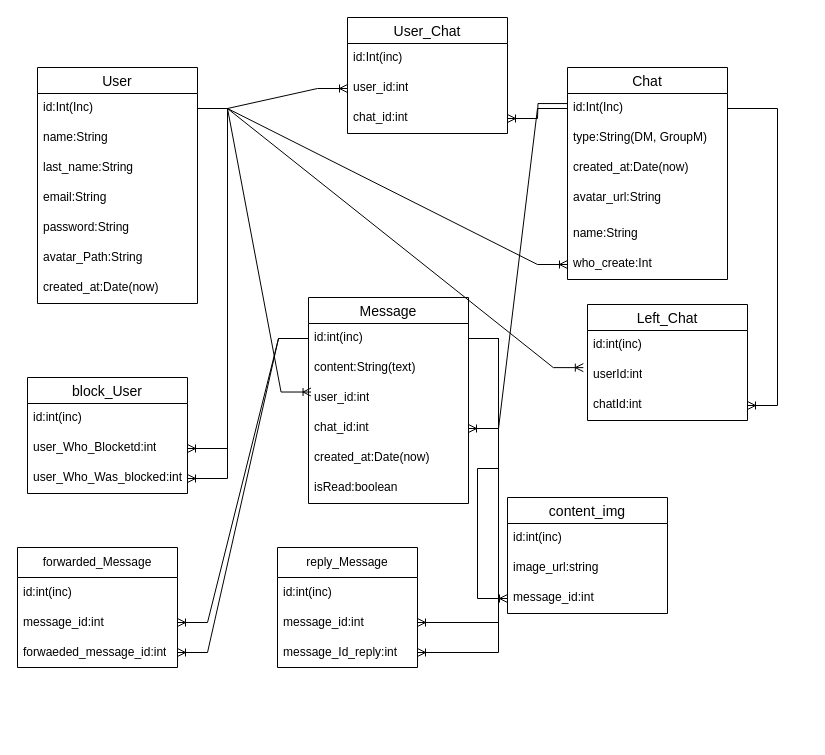
lam1to/TestChat keeps this draw.io diagram as Диаграмма без названия.drawio. Above is the earlier version. Source tidied: cells renumbered, new cells numbered last; positions are measured from the earlier drawing's top-left corner, leaving out a move shared by most shapes. Both pictures are drawn from the tidied source at 100%, with x=0, y=0 at pixel (-123, 17).
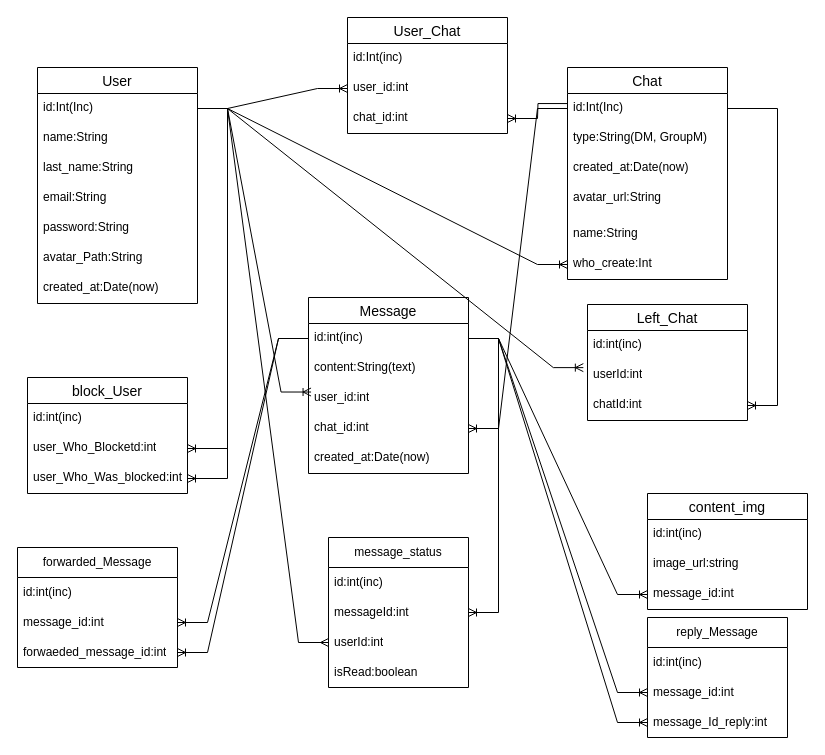
The same page after the edit.

Unchanged cells that the change refers to:
```xml
<mxCell id="3" value="id:Int(Inc)" style="text;strokeColor=none;fillColor=none;spacingLeft=4;spacingRight=4;overflow=hidden;points=[[0,0.5],[1,0.5]];portConstraint=eastwest;fontSize=12;whiteSpace=wrap;html=1;" parent="2" vertex="1">
  <mxGeometry y="26" width="160" height="30" as="geometry" />
</mxCell>
<mxCell id="24" value="id:int(inc)" style="text;strokeColor=none;fillColor=none;spacingLeft=4;spacingRight=4;overflow=hidden;points=[[0,0.5],[1,0.5]];portConstraint=eastwest;fontSize=12;whiteSpace=wrap;html=1;" parent="23" vertex="1">
  <mxGeometry y="26" width="160" height="30" as="geometry" />
</mxCell>
```

The edit, as a diff of the source:
```diff
@@
     <mxCell id="23" value="Message" style="swimlane;fontStyle=0;horizontal=1;startSize=26;align=center;fontSize=14;" parent="1" vertex="1">
-      <mxGeometry x="431" y="280" width="160" height="206" as="geometry" />
+      <mxGeometry x="431" y="280" width="160" height="176" as="geometry" />
     </mxCell>
@@
-    <mxCell id="29" value="isRead:boolean" style="text;strokeColor=none;fillColor=none;spacingLeft=4;spacingRight=4;overflow=hidden;fontSize=12;whiteSpace=wrap;html=1;" parent="23" vertex="1">
-      <mxGeometry y="176" width="160" height="30" as="geometry" />
-    </mxCell>
@@
     <mxCell id="45" value="content_img" style="swimlane;fontStyle=0;horizontal=1;startSize=26;align=center;fontSize=14;" parent="1" vertex="1">
-      <mxGeometry x="630" y="480" width="160" height="116" as="geometry" />
+      <mxGeometry x="770" y="476" width="160" height="116" as="geometry" />
     </mxCell>
@@
     <mxCell id="54" value="reply_Message" style="swimlane;fontStyle=0;horizontal=1;startSize=30;whiteSpace=wrap;html=1;" parent="1" vertex="1">
-      <mxGeometry x="400" y="530" width="140" height="120" as="geometry" />
+      <mxGeometry x="770" y="600" width="140" height="120" as="geometry" />
     </mxCell>
@@
+    <mxCell id="62" value="message_status" style="swimlane;fontStyle=0;horizontal=1;startSize=30;whiteSpace=wrap;html=1;" parent="1" vertex="1">
+      <mxGeometry x="451" y="520" width="140" height="150" as="geometry" />
+    </mxCell>
+    <mxCell id="63" value="id:int(inc)" style="text;strokeColor=none;fillColor=none;align=left;verticalAlign=middle;spacingLeft=4;spacingRight=4;overflow=hidden;whiteSpace=wrap;html=1;" parent="62" vertex="1">
+      <mxGeometry y="30" width="140" height="30" as="geometry" />
+    </mxCell>
+    <mxCell id="64" value="messageId:int" style="text;strokeColor=none;fillColor=none;align=left;verticalAlign=middle;spacingLeft=4;spacingRight=4;overflow=hidden;points=[[0,0.5],[1,0.5]];portConstraint=eastwest;whiteSpace=wrap;html=1;" parent="62" vertex="1">
+      <mxGeometry y="60" width="140" height="30" as="geometry" />
+    </mxCell>
+    <mxCell id="65" value="userId:int" style="text;strokeColor=none;fillColor=none;align=left;verticalAlign=middle;spacingLeft=4;spacingRight=4;overflow=hidden;points=[[0,0.5],[1,0.5]];portConstraint=eastwest;whiteSpace=wrap;html=1;" parent="62" vertex="1">
+      <mxGeometry y="90" width="140" height="30" as="geometry" />
+    </mxCell>
+    <mxCell id="29" value="isRead:boolean" style="text;strokeColor=none;fillColor=none;align=left;verticalAlign=middle;spacingLeft=4;spacingRight=4;overflow=hidden;whiteSpace=wrap;html=1;" parent="62" vertex="1">
+      <mxGeometry y="120" width="140" height="30" as="geometry" />
+    </mxCell>
+    <mxCell id="66" style="edgeStyle=entityRelationEdgeStyle;fontSize=12;html=1;endArrow=ERoneToMany;rounded=0;" parent="1" edge="1" source="24" target="64">
+      <mxGeometry relative="1" as="geometry" />
+    </mxCell>
+    <mxCell id="67" style="edgeStyle=entityRelationEdgeStyle;fontSize=12;html=1;endArrow=ERmany;rounded=0;" parent="1" edge="1" source="3" target="65">
+      <mxGeometry relative="1" as="geometry" />
+    </mxCell>
```
